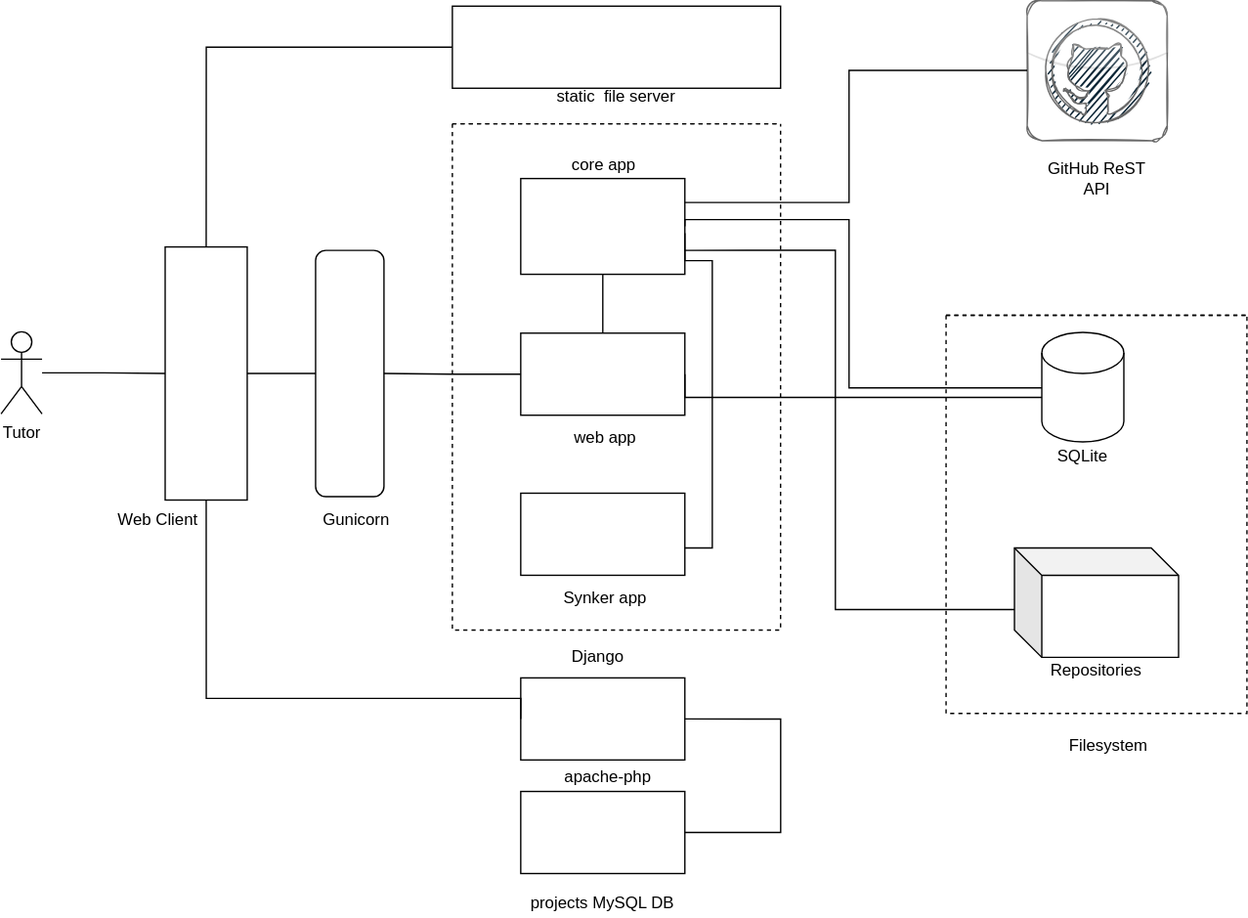
Olfredos6/synker keeps this draw.io diagram as docs/sync-sys-interaction-diagram.svg. Above is the earlier version. Source tidied: cells renumbered, new cells last; positions are measured from the earlier drawing's top-left corner, leaving out a move shared by most shapes.
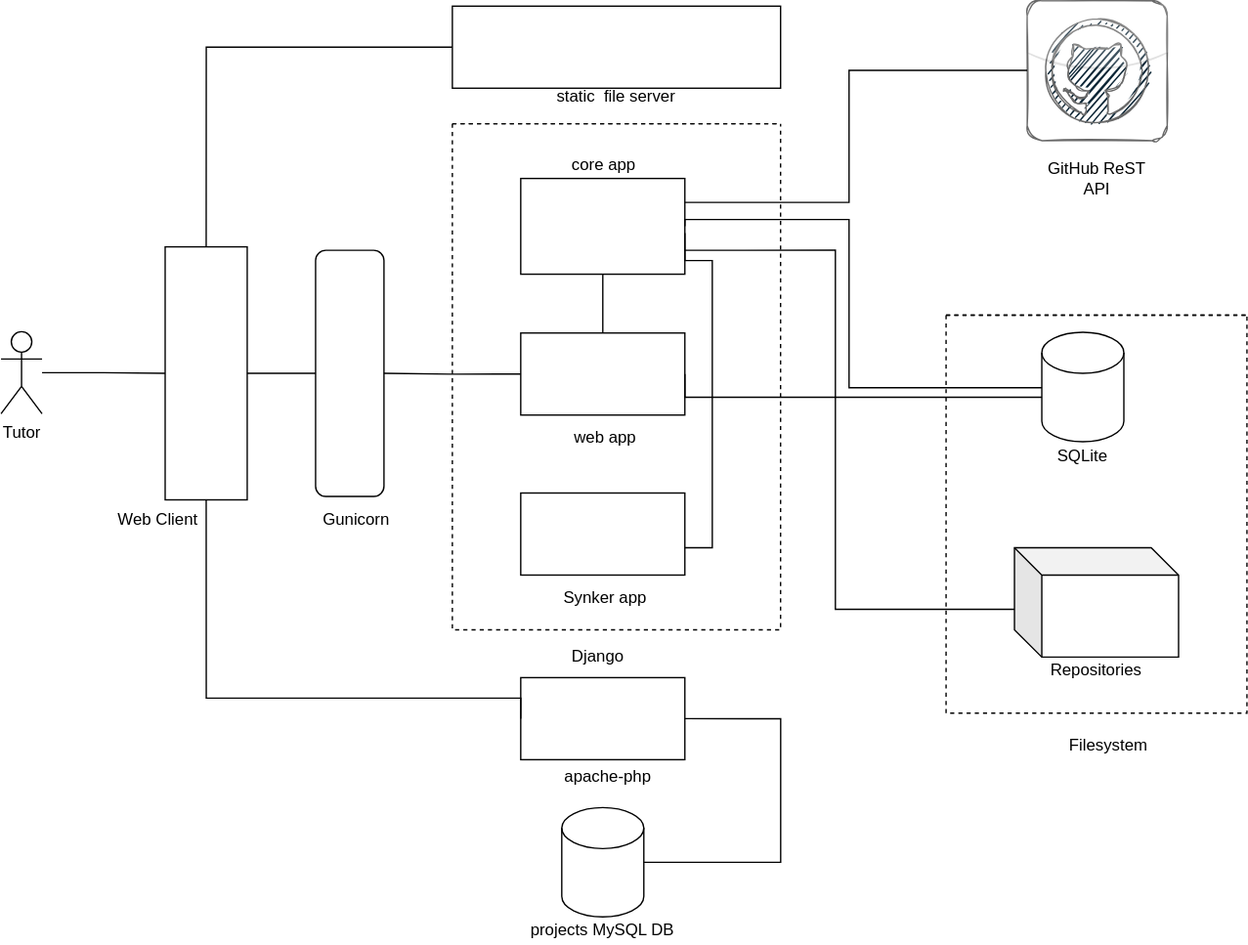
The same file after the commit.

The edit, as a diff of the source:
```diff
@@ -142,25 +142,25 @@
         </Array>
       </mxGeometry>
     </mxCell>
-    <mxCell id="36" style="edgeStyle=orthogonalEdgeStyle;rounded=0;jettySize=auto;html=1;exitX=1;exitY=0.5;exitDx=0;exitDy=0;entryX=1;entryY=0.5;entryDx=0;entryDy=0;endArrow=none;endFill=0;" parent="1" edge="1" source="37" target="39">
-      <mxGeometry relative="1" as="geometry">
-        <Array as="points">
-          <mxPoint x="570" y="525" />
-          <mxPoint x="570" y="608" />
-        </Array>
-      </mxGeometry>
-    </mxCell>
+    <mxCell id="41" style="edgeStyle=orthogonalEdgeStyle;rounded=0;jettySize=auto;html=1;exitX=1;exitY=0.5;exitDx=0;exitDy=0;entryX=1;entryY=0.5;entryDx=0;entryDy=0;entryPerimeter=0;endArrow=none;endFill=0;" parent="1" edge="1" source="37" target="42">
+      <mxGeometry relative="1" as="geometry">
+        <Array as="points">
+          <mxPoint x="570" y="525" />
+          <mxPoint x="570" y="630" />
+        </Array>
+      </mxGeometry>
+    </mxCell>
     <mxCell id="37" style="rounded=0;whiteSpace=wrap;html=1;fillColor=none;" parent="1" vertex="1">
       <mxGeometry x="380" y="495" width="120" height="60" as="geometry" />
     </mxCell>
     <mxCell id="38" value="apache-php" style="text;html=1;strokeColor=none;fillColor=none;align=center;verticalAlign=middle;whiteSpace=wrap;rounded=0;" parent="1" vertex="1">
       <mxGeometry x="409" y="558" width="70" height="20" as="geometry" />
     </mxCell>
-    <mxCell id="39" style="rounded=0;whiteSpace=wrap;html=1;fillColor=none;" parent="1" vertex="1">
-      <mxGeometry x="380" y="578" width="120" height="60" as="geometry" />
-    </mxCell>
     <mxCell id="40" value="projects MySQL DB" style="text;html=1;strokeColor=none;fillColor=none;align=center;verticalAlign=middle;whiteSpace=wrap;rounded=0;" parent="1" vertex="1">
-      <mxGeometry x="380" y="650" width="120" height="20" as="geometry" />
+      <mxGeometry x="380" y="670" width="120" height="20" as="geometry" />
     </mxCell>
+    <mxCell id="42" style="shape=cylinder3;whiteSpace=wrap;html=1;boundedLbl=1;backgroundOutline=1;size=15;fillColor=none;" parent="1" vertex="1">
+      <mxGeometry x="410" y="590" width="60" height="80" as="geometry" />
+    </mxCell>
   </root>
 </mxGraphModel>
```
